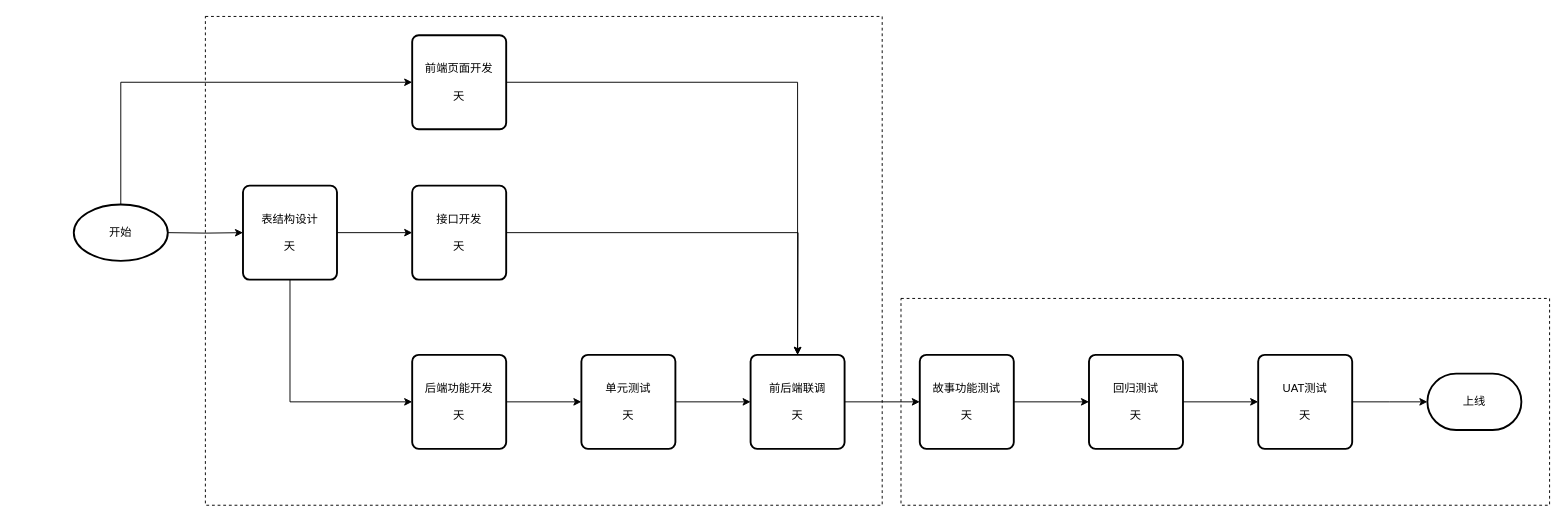
Before: Untitled Diagram.drawio in xiaofeng1986/drawIO, a draw.io diagram. Source tidied: cells renumbered, new cells numbered last; positions are measured from the earlier drawing's top-left corner, leaving out a move shared by most shapes. Both pictures are drawn from the tidied source at 94%, with x=0, y=0 at pixel (17, 16).
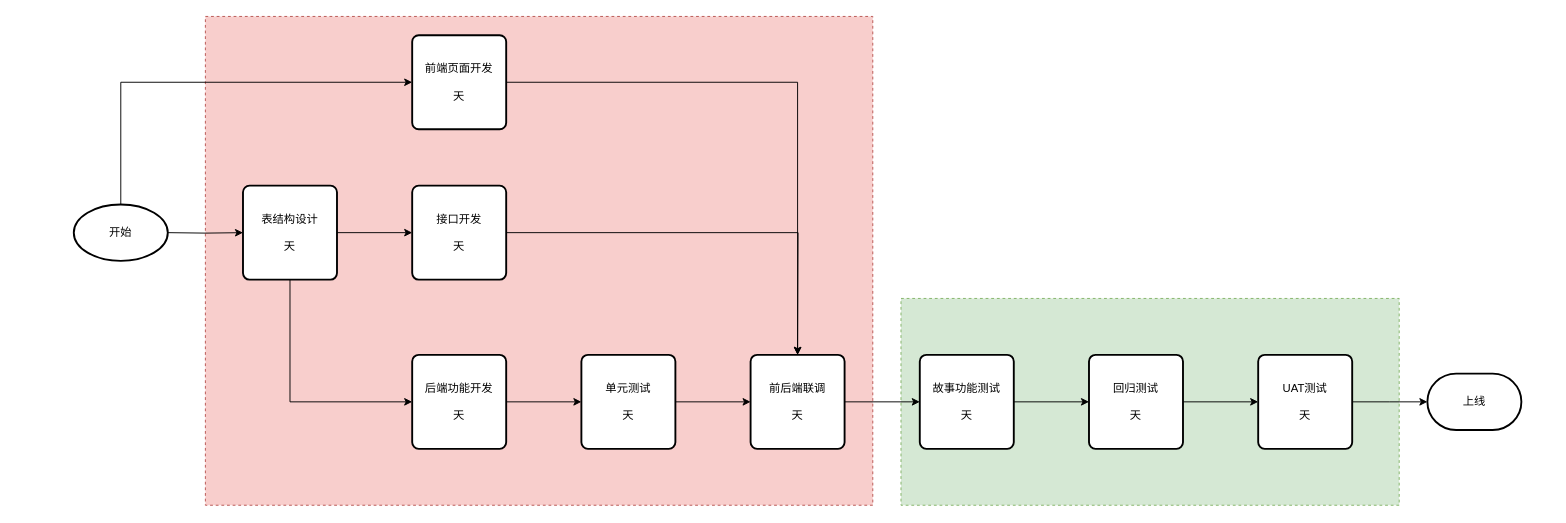
The same page after the edit.

Commit message:
separate coding and testing area

Diff of the diagram source:
```diff
@@
-    <mxCell id="2" style="rounded=0;whiteSpace=wrap;html=1;dashed=1;" parent="1" vertex="1">
-      <mxGeometry x="940" y="300" width="690" height="220" as="geometry" />
+    <mxCell id="2" style="rounded=0;whiteSpace=wrap;html=1;dashed=1;fillColor=#d5e8d4;strokeColor=#82b366;" parent="1" vertex="1">
+      <mxGeometry x="940" y="300" width="530" height="220" as="geometry" />
     </mxCell>
-    <mxCell id="3" style="rounded=0;whiteSpace=wrap;html=1;dashed=1;" parent="1" vertex="1">
-      <mxGeometry x="200" width="720" height="520" as="geometry" />
+    <mxCell id="3" style="rounded=0;whiteSpace=wrap;html=1;dashed=1;fillColor=#f8cecc;strokeColor=#b85450;" parent="1" vertex="1">
+      <mxGeometry x="200" width="710" height="520" as="geometry" />
     </mxCell>
```
